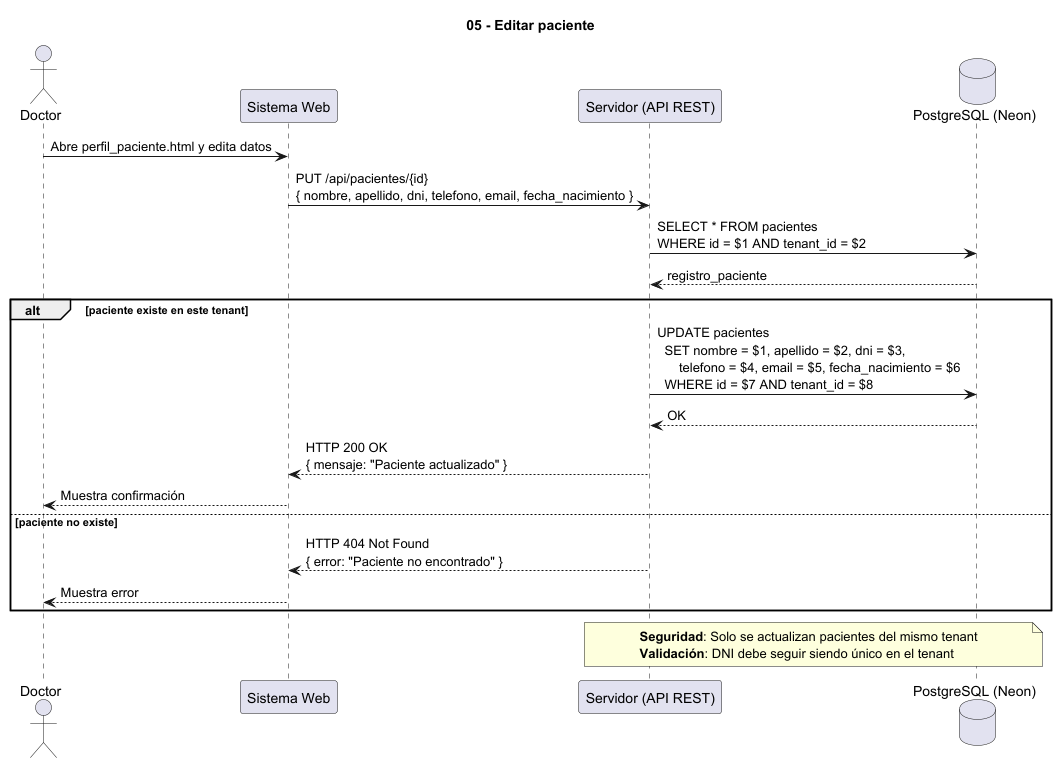
Earlier version of the PlantUML export docs/Imagenes_UML/05_Editar_paciente.png (marcostoledo96/mvp_historias-clinicas). Its diagram source:
```plantuml
@startuml
title 05 - Editar paciente

actor Doctor
participant "Sistema Web" as Web
participant "Servidor (API REST)" as Server
database "PostgreSQL (Neon)" as DB

Doctor -> Web : Abre perfil_paciente.html y edita datos
Web -> Server : PUT /api/pacientes/{id}\n{ nombre, apellido, dni, telefono, email, fecha_nacimiento }

Server -> DB : SELECT * FROM pacientes\nWHERE id = $1 AND tenant_id = $2
DB --> Server : registro_paciente

alt paciente existe en este tenant
  Server -> DB : UPDATE pacientes\n  SET nombre = $1, apellido = $2, dni = $3,\n      telefono = $4, email = $5, fecha_nacimiento = $6\n  WHERE id = $7 AND tenant_id = $8
  DB --> Server : OK

  Server --> Web : HTTP 200 OK\n{ mensaje: "Paciente actualizado" }
  Web --> Doctor : Muestra confirmación

else paciente no existe
  Server --> Web : HTTP 404 Not Found\n{ error: "Paciente no encontrado" }
  Web --> Doctor : Muestra error
end

note over Server, DB
  **Seguridad**: Solo se actualizan pacientes del mismo tenant
  **Validación**: DNI debe seguir siendo único en el tenant
end note

@enduml
```
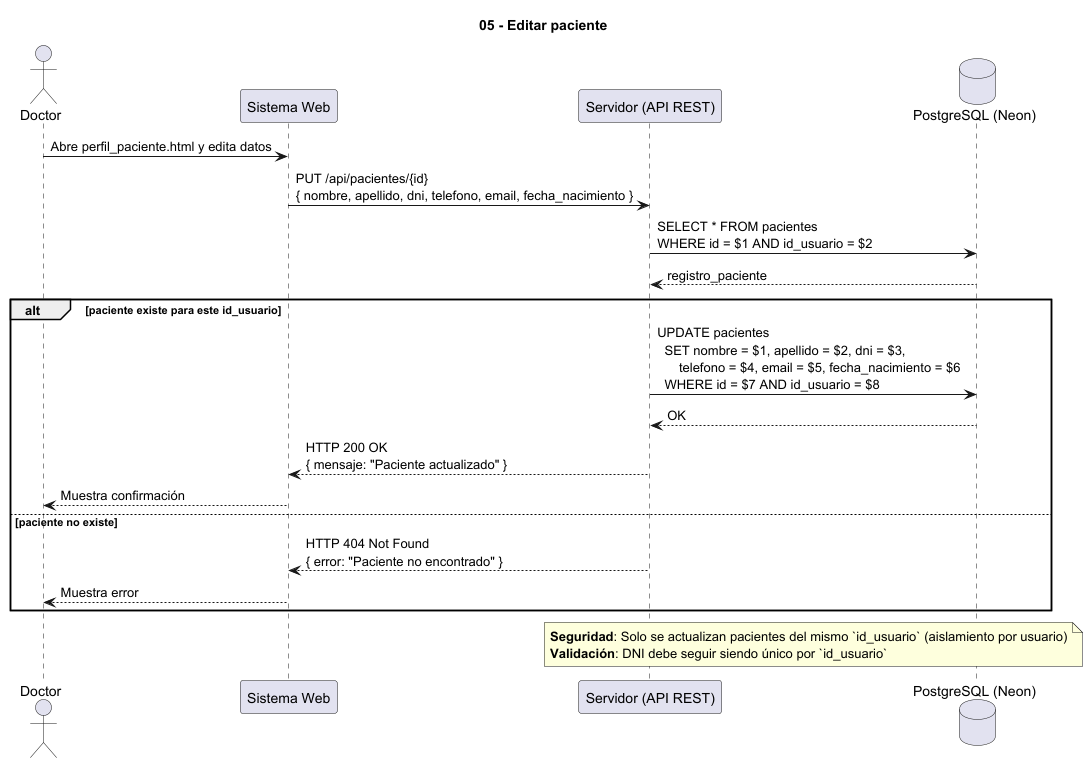
Later version of the same file.

What changed in the source:
```diff
@@ -9,11 +9,11 @@
 Doctor -> Web : Abre perfil_paciente.html y edita datos
 Web -> Server : PUT /api/pacientes/{id}\n{ nombre, apellido, dni, telefono, email, fecha_nacimiento }
 
-Server -> DB : SELECT * FROM pacientes\nWHERE id = $1 AND tenant_id = $2
+Server -> DB : SELECT * FROM pacientes\nWHERE id = $1 AND id_usuario = $2
 DB --> Server : registro_paciente
 
-alt paciente existe en este tenant
-  Server -> DB : UPDATE pacientes\n  SET nombre = $1, apellido = $2, dni = $3,\n      telefono = $4, email = $5, fecha_nacimiento = $6\n  WHERE id = $7 AND tenant_id = $8
+alt paciente existe para este id_usuario
+  Server -> DB : UPDATE pacientes\n  SET nombre = $1, apellido = $2, dni = $3,\n      telefono = $4, email = $5, fecha_nacimiento = $6\n  WHERE id = $7 AND id_usuario = $8
   DB --> Server : OK
 
   Server --> Web : HTTP 200 OK\n{ mensaje: "Paciente actualizado" }
@@ -25,8 +25,8 @@
 end
 
 note over Server, DB
-  **Seguridad**: Solo se actualizan pacientes del mismo tenant
-  **Validación**: DNI debe seguir siendo único en el tenant
+  **Seguridad**: Solo se actualizan pacientes del mismo `id_usuario` (aislamiento por usuario)
+  **Validación**: DNI debe seguir siendo único por `id_usuario`
 end note
 
 @enduml
```
